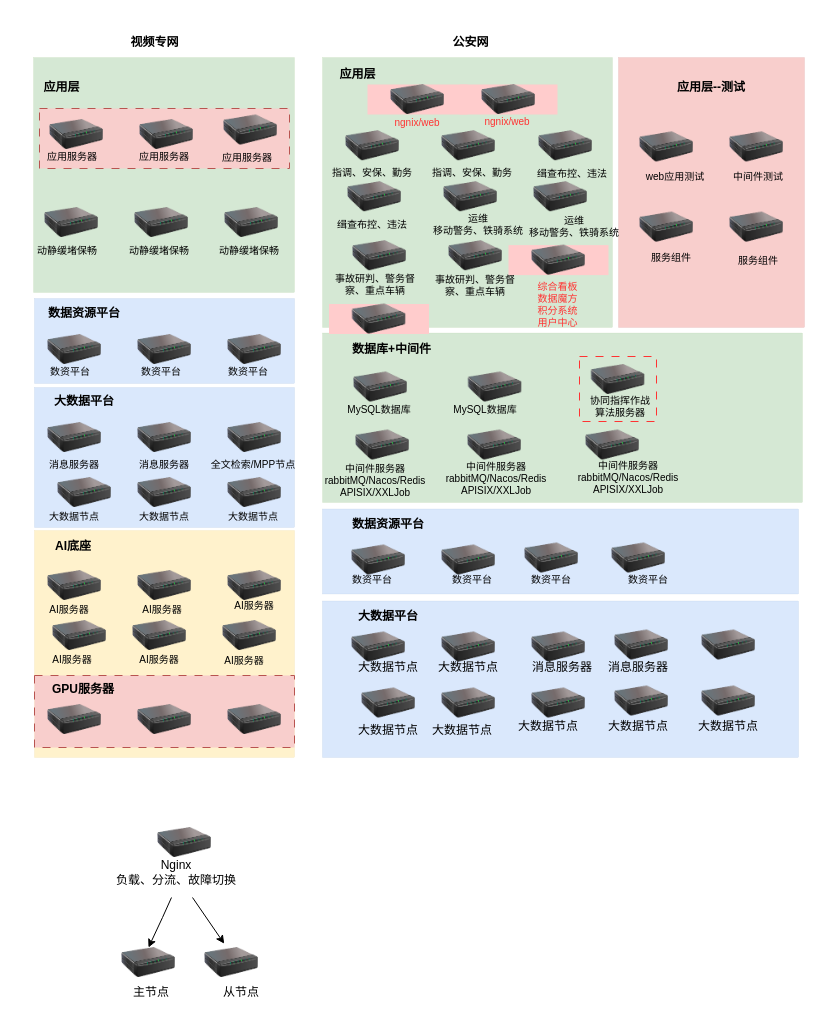
Before: page "第 1 页" (1 of 5) of 20230326.drawio in bj-ehualu/drawio, a draw.io diagram. Source tidied: cells renumbered, new cells numbered last; positions are measured from the earlier drawing's top-left corner, leaving out a move shared by most shapes. Both pictures are drawn from the tidied source at 100%, with x=0, y=0 at pixel (17, 27).
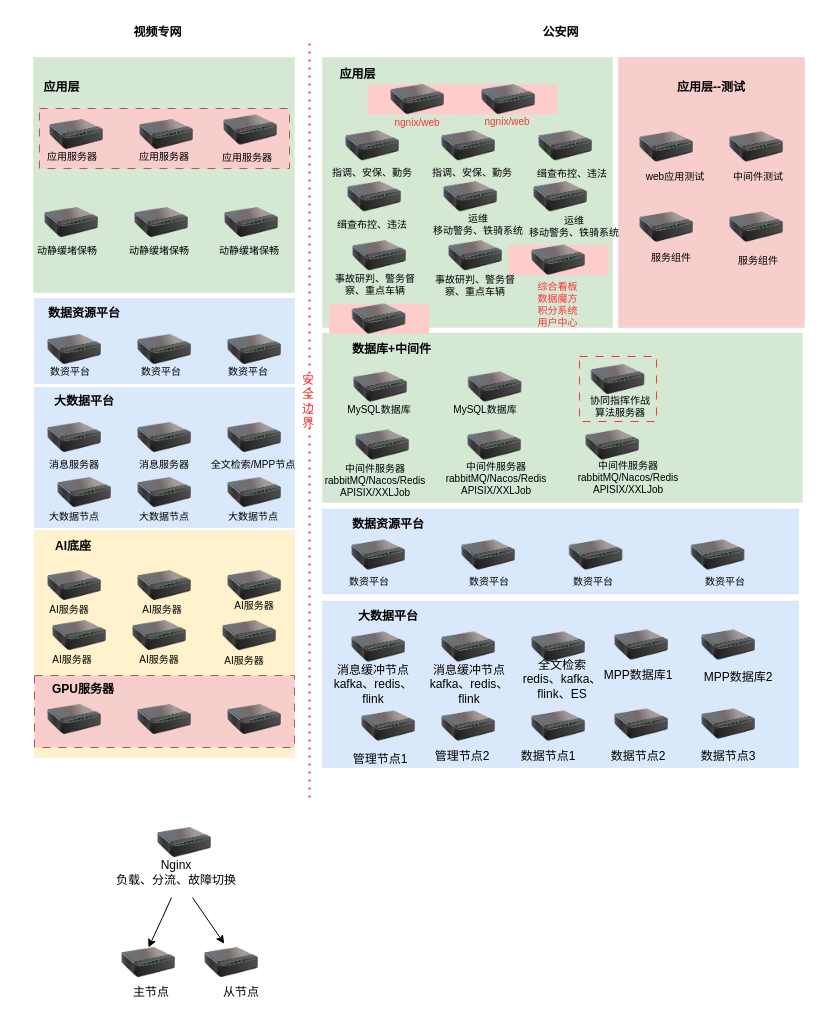
After the change.

Change to the diagram source:
```diff
@@
     <mxCell id="32" style="rounded=0;whiteSpace=wrap;html=1;fillColor=#dae8fc;strokeColor=#6c8ebf;strokeWidth=0;" parent="1" vertex="1">
-      <mxGeometry x="305" y="573.5" width="476" height="156.5" as="geometry" />
+      <mxGeometry x="305" y="573.5" width="476" height="166.5" as="geometry" />
     </mxCell>
@@
     <mxCell id="36" style="image;html=1;image=img/lib/clip_art/networking/Print_Server_128x128.png;" parent="1" vertex="1">
-      <mxGeometry x="321" y="660.5" width="100" height="30" as="geometry" />
+      <mxGeometry x="321" y="683.5" width="100" height="30" as="geometry" />
     </mxCell>
     <mxCell id="37" style="image;html=1;image=img/lib/clip_art/networking/Print_Server_128x128.png;" parent="1" vertex="1">
-      <mxGeometry x="401" y="660.5" width="100" height="30" as="geometry" />
+      <mxGeometry x="401" y="683.5" width="100" height="30" as="geometry" />
     </mxCell>
     <mxCell id="38" style="image;html=1;image=img/lib/clip_art/networking/Print_Server_128x128.png;" parent="1" vertex="1">
-      <mxGeometry x="491" y="660.5" width="100" height="30" as="geometry" />
+      <mxGeometry x="491" y="683.5" width="100" height="30" as="geometry" />
     </mxCell>
@@
     <mxCell id="41" style="image;html=1;image=img/lib/clip_art/networking/Print_Server_128x128.png;" parent="1" vertex="1">
-      <mxGeometry x="574" y="658.5" width="100" height="30" as="geometry" />
+      <mxGeometry x="574" y="681.5" width="100" height="30" as="geometry" />
     </mxCell>
@@
     <mxCell id="43" style="image;html=1;image=img/lib/clip_art/networking/Print_Server_128x128.png;" parent="1" vertex="1">
-      <mxGeometry x="661" y="658.5" width="100" height="30" as="geometry" />
+      <mxGeometry x="661" y="681.5" width="100" height="30" as="geometry" />
     </mxCell>
     <mxCell id="44" style="image;html=1;image=img/lib/clip_art/networking/Print_Server_128x128.png;" parent="1" vertex="1">
-      <mxGeometry x="311" y="517.5" width="100" height="30" as="geometry" />
+      <mxGeometry x="311" y="512.5" width="100" height="30" as="geometry" />
     </mxCell>
     <mxCell id="45" style="image;html=1;image=img/lib/clip_art/networking/Print_Server_128x128.png;" parent="1" vertex="1">
-      <mxGeometry x="401" y="517.5" width="100" height="30" as="geometry" />
+      <mxGeometry x="421" y="512.5" width="100" height="30" as="geometry" />
     </mxCell>
     <mxCell id="46" style="image;html=1;image=img/lib/clip_art/networking/Print_Server_128x128.png;" parent="1" vertex="1">
-      <mxGeometry x="484" y="515.5" width="100" height="30" as="geometry" />
+      <mxGeometry x="528.5" y="512.5" width="100" height="30" as="geometry" />
     </mxCell>
     <mxCell id="47" style="image;html=1;image=img/lib/clip_art/networking/Print_Server_128x128.png;" parent="1" vertex="1">
-      <mxGeometry x="571" y="515.5" width="100" height="30" as="geometry" />
+      <mxGeometry x="650.5" y="512.5" width="100" height="30" as="geometry" />
     </mxCell>
@@
-    <mxCell id="64" value="大数据节点" style="text;html=1;align=center;verticalAlign=middle;whiteSpace=wrap;rounded=0;" parent="1" vertex="1">
-      <mxGeometry x="321" y="624.5" width="100" height="30" as="geometry" />
+    <mxCell id="64" value="消息缓冲节点&lt;div&gt;kafka、redis、&lt;/div&gt;&lt;div&gt;flink&lt;/div&gt;" style="text;html=1;align=center;verticalAlign=middle;whiteSpace=wrap;rounded=0;" parent="1" vertex="1">
+      <mxGeometry x="299" y="641.8" width="114" height="30" as="geometry" />
     </mxCell>
-    <mxCell id="65" value="大数据节点" style="text;html=1;align=center;verticalAlign=middle;whiteSpace=wrap;rounded=0;" parent="1" vertex="1">
-      <mxGeometry x="321" y="687.5" width="100" height="30" as="geometry" />
+    <mxCell id="65" value="管理节点1" style="text;html=1;align=center;verticalAlign=middle;whiteSpace=wrap;rounded=0;" parent="1" vertex="1">
+      <mxGeometry x="313" y="716.5" width="100" height="30" as="geometry" />
     </mxCell>
-    <mxCell id="66" value="大数据节点" style="text;html=1;align=center;verticalAlign=middle;whiteSpace=wrap;rounded=0;" parent="1" vertex="1">
-      <mxGeometry x="395" y="687.5" width="100" height="30" as="geometry" />
+    <mxCell id="66" value="管理节点2" style="text;html=1;align=center;verticalAlign=middle;whiteSpace=wrap;rounded=0;" parent="1" vertex="1">
+      <mxGeometry x="395" y="713.5" width="100" height="30" as="geometry" />
     </mxCell>
-    <mxCell id="67" value="大数据节点" style="text;html=1;align=center;verticalAlign=middle;whiteSpace=wrap;rounded=0;" parent="1" vertex="1">
-      <mxGeometry x="481" y="683.5" width="100" height="30" as="geometry" />
+    <mxCell id="67" value="数据节点1" style="text;html=1;align=center;verticalAlign=middle;whiteSpace=wrap;rounded=0;" parent="1" vertex="1">
+      <mxGeometry x="481" y="713.5" width="100" height="30" as="geometry" />
     </mxCell>
-    <mxCell id="68" value="大数据节点" style="text;html=1;align=center;verticalAlign=middle;whiteSpace=wrap;rounded=0;" parent="1" vertex="1">
-      <mxGeometry x="571" y="683.5" width="100" height="30" as="geometry" />
+    <mxCell id="68" value="数据节点2" style="text;html=1;align=center;verticalAlign=middle;whiteSpace=wrap;rounded=0;" parent="1" vertex="1">
+      <mxGeometry x="571" y="713.5" width="100" height="30" as="geometry" />
     </mxCell>
-    <mxCell id="69" value="大数据节点" style="text;html=1;align=center;verticalAlign=middle;whiteSpace=wrap;rounded=0;" parent="1" vertex="1">
-      <mxGeometry x="661" y="683.5" width="100" height="30" as="geometry" />
+    <mxCell id="69" value="数据节点3" style="text;html=1;align=center;verticalAlign=middle;whiteSpace=wrap;rounded=0;" parent="1" vertex="1">
+      <mxGeometry x="661" y="713.5" width="100" height="30" as="geometry" />
     </mxCell>
-    <mxCell id="70" value="大数据节点" style="text;html=1;align=center;verticalAlign=middle;whiteSpace=wrap;rounded=0;" parent="1" vertex="1">
-      <mxGeometry x="401" y="624.5" width="100" height="30" as="geometry" />
-    </mxCell>
-    <mxCell id="71" value="消息服务器" style="text;html=1;align=center;verticalAlign=middle;whiteSpace=wrap;rounded=0;" parent="1" vertex="1">
-      <mxGeometry x="495" y="624.5" width="100" height="30" as="geometry" />
+    <mxCell id="71" value="全文检索&lt;div&gt;redis、kafka、flink、ES&lt;/div&gt;" style="text;html=1;align=center;verticalAlign=middle;whiteSpace=wrap;rounded=0;" parent="1" vertex="1">
+      <mxGeometry x="495" y="636.8" width="100" height="30" as="geometry" />
     </mxCell>
-    <mxCell id="72" value="消息服务器" style="text;html=1;align=center;verticalAlign=middle;whiteSpace=wrap;rounded=0;" parent="1" vertex="1">
-      <mxGeometry x="571" y="624.5" width="100" height="30" as="geometry" />
+    <mxCell id="72" value="MPP数据库1" style="text;html=1;align=center;verticalAlign=middle;whiteSpace=wrap;rounded=0;" parent="1" vertex="1">
+      <mxGeometry x="571" y="632.5" width="100" height="30" as="geometry" />
     </mxCell>
@@
     <mxCell id="81" value="数资平台" style="text;html=1;align=center;verticalAlign=middle;whiteSpace=wrap;rounded=0;fontSize=10;" parent="1" vertex="1">
-      <mxGeometry x="305" y="536.5" width="100" height="30" as="geometry" />
+      <mxGeometry x="302" y="538.5" width="100" height="30" as="geometry" />
     </mxCell>
     <mxCell id="82" value="数资平台" style="text;html=1;align=center;verticalAlign=middle;whiteSpace=wrap;rounded=0;fontSize=10;" parent="1" vertex="1">
-      <mxGeometry x="405" y="536.5" width="100" height="30" as="geometry" />
+      <mxGeometry x="422" y="538.5" width="100" height="30" as="geometry" />
     </mxCell>
     <mxCell id="83" value="数资平台" style="text;html=1;align=center;verticalAlign=middle;whiteSpace=wrap;rounded=0;fontSize=10;" parent="1" vertex="1">
-      <mxGeometry x="484" y="536.5" width="100" height="30" as="geometry" />
+      <mxGeometry x="525.5" y="538.5" width="100" height="30" as="geometry" />
     </mxCell>
     <mxCell id="84" value="数资平台" style="text;html=1;align=center;verticalAlign=middle;whiteSpace=wrap;rounded=0;fontSize=10;" parent="1" vertex="1">
-      <mxGeometry x="581" y="536.5" width="100" height="30" as="geometry" />
+      <mxGeometry x="657.5" y="538.5" width="100" height="30" as="geometry" />
     </mxCell>
@@
     <mxCell id="110" value="视频专网" style="text;html=1;align=center;verticalAlign=middle;whiteSpace=wrap;rounded=0;fillColor=none;strokeColor=none;fontStyle=1;" parent="1" vertex="1">
-      <mxGeometry x="102" width="71" height="30" as="geometry" />
+      <mxGeometry x="105" y="-10" width="71" height="30" as="geometry" />
     </mxCell>
     <mxCell id="111" value="公安网" style="text;html=1;align=center;verticalAlign=middle;whiteSpace=wrap;rounded=0;fillColor=none;strokeColor=none;fontStyle=1;" parent="1" vertex="1">
-      <mxGeometry x="417.5" width="71" height="30" as="geometry" />
+      <mxGeometry x="507.5" y="-10" width="71" height="30" as="geometry" />
     </mxCell>
@@
+    <mxCell id="149" style="endArrow=none;dashed=1;html=1;dashPattern=1 3;strokeWidth=2;rounded=0;fontColor=#FF3333;strokeColor=#FF3333;" parent="1" edge="1">
+      <mxGeometry relative="1" as="geometry">
+        <mxPoint x="292" y="770" as="sourcePoint" />
+        <mxPoint x="292" y="10" as="targetPoint" />
+      </mxGeometry>
+    </mxCell>
+    <mxCell id="150" value="安全边界" style="text;html=1;align=center;verticalAlign=middle;whiteSpace=wrap;rounded=0;fontColor=#FF3333;labelBackgroundColor=none;" parent="1" vertex="1">
+      <mxGeometry x="282" y="320" width="18" height="108" as="geometry" />
+    </mxCell>
+    <mxCell id="151" value="消息缓冲节点&lt;div&gt;kafka、redis、&lt;/div&gt;&lt;div&gt;flink&lt;/div&gt;" style="text;html=1;align=center;verticalAlign=middle;whiteSpace=wrap;rounded=0;" parent="1" vertex="1">
+      <mxGeometry x="395" y="641.8" width="114" height="30" as="geometry" />
+    </mxCell>
+    <mxCell id="152" value="MPP数据库2" style="text;html=1;align=center;verticalAlign=middle;whiteSpace=wrap;rounded=0;" parent="1" vertex="1">
+      <mxGeometry x="671" y="634.5" width="100" height="30" as="geometry" />
+    </mxCell>
```
